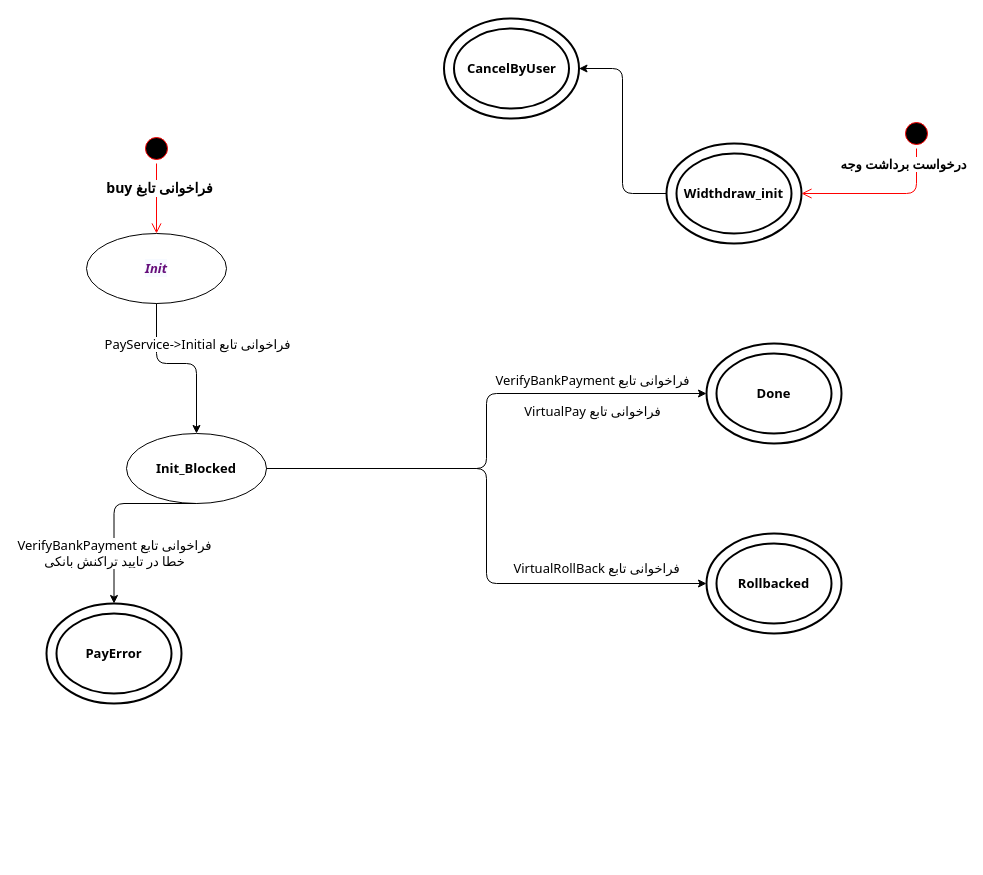
Above: page "TransactionStatus" (1 of 2) of Untitled Diagram.drawio in mojtabahm/diagram (draw.io), before the change. Source tidied: cells renumbered, new cells numbered last; positions are measured from the earlier drawing's top-left corner, leaving out a move shared by most shapes. Both pictures are drawn from the tidied source at 100%, with x=0, y=0 at pixel (46, 18).
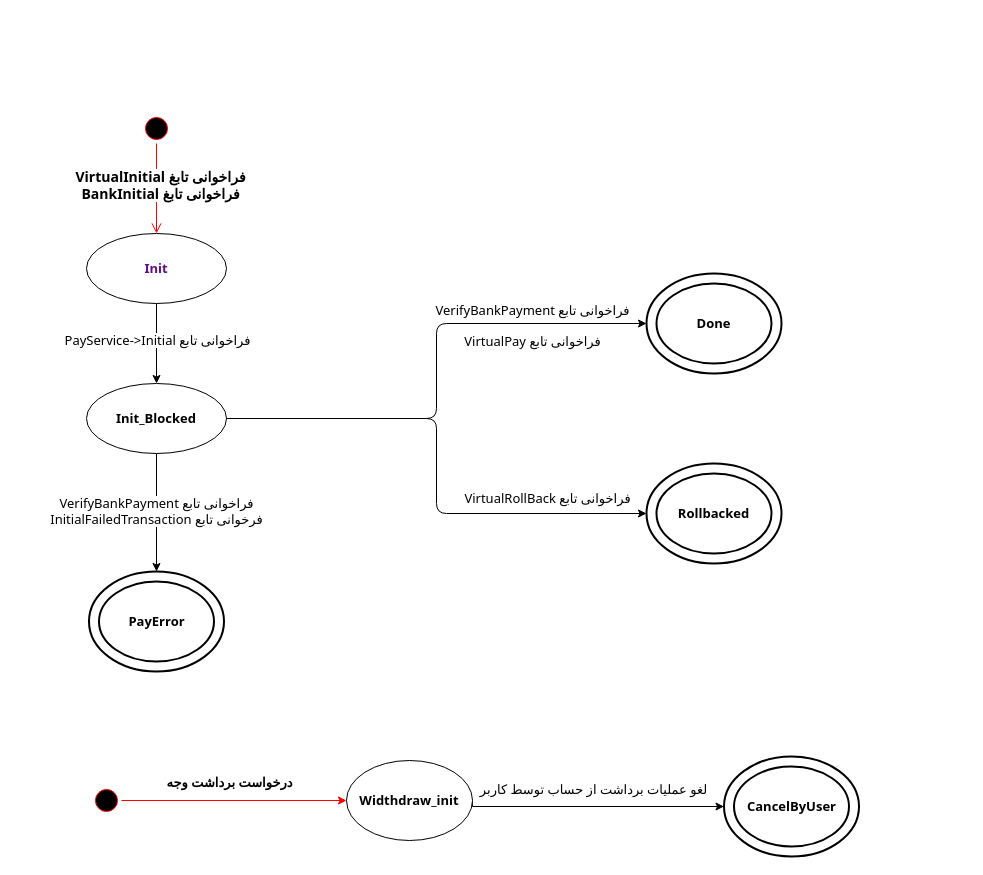
The same diagram, later.

Unchanged cells that the change refers to:
```xml
<mxCell id="4" style="edgeStyle=orthogonalEdgeStyle;html=1;verticalAlign=bottom;endArrow=open;endSize=8;strokeColor=#ff0000;fontFamily=Tahoma;entryX=0.5;entryY=0;entryDx=0;entryDy=0;" parent="1" edge="1" source="3" target="2">
  <mxGeometry relative="1" as="geometry" />
</mxCell>
<mxCell id="14" style="edgeStyle=segmentEdgeStyle;endArrow=classic;html=1;fontFamily=Tahoma;exitX=0.5;exitY=1;exitDx=0;exitDy=0;entryX=0.5;entryY=0;entryDx=0;entryDy=0;" parent="1" edge="1" source="6" target="7">
  <mxGeometry relative="1" as="geometry" />
</mxCell>
```

The edit, as a diff of the source:
```diff
@@
+    <mxCell id="12" style="edgeStyle=orthogonalEdgeStyle;rounded=0;jettySize=auto;html=1;entryX=0.5;entryY=0;entryDx=0;entryDy=0;strokeColor=#000000;" parent="1" edge="1" source="2" target="6">
+      <mxGeometry relative="1" as="geometry" />
+    </mxCell>
+    <mxCell id="13" value="&lt;span style=&quot;font-family: &amp;#34;tahoma&amp;#34; ; font-size: 13px&quot;&gt;PayService-&amp;gt;Initial فراخوانی تابع&lt;/span&gt;" style="text;html=1;align=center;verticalAlign=middle;labelBackgroundColor=#ffffff;" parent="12" vertex="1">
+      <mxGeometry x="-0.11" relative="1" as="geometry" />
+    </mxCell>
-    <mxCell id="2" value="&lt;div style=&quot;background-color: rgb(255, 255, 255); color: rgb(0, 0, 0); font-size: 13px;&quot;&gt;&lt;span style=&quot;color: rgb(102, 14, 122); background-color: rgb(247, 250, 255); font-style: italic; font-size: 13px;&quot;&gt;Init&lt;/span&gt;&lt;/div&gt;" style="ellipse;whiteSpace=wrap;html=1;fontFamily=Tahoma;fontSize=13;fontStyle=1;" parent="1" vertex="1">
+    <mxCell id="2" value="&lt;div style=&quot;background-color: rgb(255 , 255 , 255) ; color: rgb(0 , 0 , 0) ; font-size: 13px&quot;&gt;&lt;span style=&quot;color: rgb(102 , 14 , 122) ; background-color: rgb(247 , 250 , 255) ; font-size: 13px&quot;&gt;Init&lt;/span&gt;&lt;/div&gt;" style="ellipse;whiteSpace=wrap;html=1;fontFamily=Tahoma;fontSize=13;fontStyle=1;" parent="1" vertex="1">
       <mxGeometry x="40" y="215" width="140" height="70" as="geometry" />
     </mxCell>
     <mxCell id="3" style="ellipse;html=1;shape=startState;fillColor=#000000;strokeColor=#ff0000;fontFamily=Tahoma;" parent="1" vertex="1">
-      <mxGeometry x="95" y="115" width="30" height="30" as="geometry" />
+      <mxGeometry x="95" y="95" width="30" height="30" as="geometry" />
     </mxCell>
@@
-    <mxCell id="5" value="&lt;b&gt;&lt;font style=&quot;font-size: 14px&quot;&gt;buy فراخوانی تابغ&lt;br&gt;&lt;/font&gt;&lt;/b&gt;" style="text;html=1;align=center;verticalAlign=middle;labelBackgroundColor=#ffffff;fontFamily=Tahoma;" parent="4" vertex="1">
-      <mxGeometry x="-0.32" y="2" relative="1" as="geometry" />
+    <mxCell id="5" value="&lt;span style=&quot;font-size: 14px&quot;&gt;&lt;b&gt;VirtualInitial&amp;nbsp;فراخوانی تابغ&lt;br&gt;&lt;/b&gt;&lt;/span&gt;&lt;b style=&quot;font-size: 14px&quot;&gt;BankInitial&amp;nbsp;فراخوانی تابغ&lt;/b&gt;&lt;b&gt;&lt;font style=&quot;font-size: 14px&quot;&gt;&lt;br&gt;&lt;/font&gt;&lt;/b&gt;" style="text;html=1;align=center;verticalAlign=middle;labelBackgroundColor=#ffffff;fontFamily=Tahoma;" parent="4" vertex="1">
+      <mxGeometry x="-0.32" y="2" relative="1" as="geometry">
+        <mxPoint x="1" y="10" as="offset" />
+      </mxGeometry>
     </mxCell>
     <mxCell id="6" value="Init_Blocked" style="ellipse;whiteSpace=wrap;html=1;fontFamily=Tahoma;fontSize=13;fontStyle=1;" parent="1" vertex="1">
-      <mxGeometry x="80" y="415" width="140" height="70" as="geometry" />
+      <mxGeometry x="40" y="365" width="140" height="70" as="geometry" />
     </mxCell>
     <mxCell id="7" value="PayError" style="ellipse;shape=doubleEllipse;margin=10;strokeWidth=2;fontSize=13;whiteSpace=wrap;html=1;align=center;fontFamily=Tahoma;fontStyle=1;" parent="1" vertex="1">
-      <mxGeometry y="585" width="135" height="100" as="geometry" />
+      <mxGeometry x="42.5" y="553" width="135" height="100" as="geometry" />
     </mxCell>
     <mxCell id="8" value="Rollbacked" style="ellipse;shape=doubleEllipse;margin=10;strokeWidth=2;fontSize=13;whiteSpace=wrap;html=1;align=center;fontFamily=Tahoma;fontStyle=1;" parent="1" vertex="1">
-      <mxGeometry x="660" y="515" width="135" height="100" as="geometry" />
+      <mxGeometry x="600" y="445" width="135" height="100" as="geometry" />
     </mxCell>
     <mxCell id="9" value="Done" style="ellipse;shape=doubleEllipse;margin=10;strokeWidth=2;fontSize=13;whiteSpace=wrap;html=1;align=center;fontFamily=Tahoma;fontStyle=1;" parent="1" vertex="1">
-      <mxGeometry x="660" y="325" width="135" height="100" as="geometry" />
+      <mxGeometry x="600" y="255" width="135" height="100" as="geometry" />
     </mxCell>
-    <mxCell id="10" value="Widthdraw_init" style="ellipse;shape=doubleEllipse;margin=10;strokeWidth=2;fontSize=13;whiteSpace=wrap;html=1;align=center;fontFamily=Tahoma;fontStyle=1;" parent="1" vertex="1">
-      <mxGeometry x="620" y="125" width="135" height="100" as="geometry" />
-    </mxCell>
+    <mxCell id="23" style="edgeStyle=orthogonalEdgeStyle;rounded=0;jettySize=auto;html=1;entryX=0;entryY=0.5;entryDx=0;entryDy=0;strokeColor=#000000;exitX=1;exitY=0.5;exitDx=0;exitDy=0;" parent="1" edge="1" source="10" target="11">
+      <mxGeometry relative="1" as="geometry">
+        <Array as="points">
+          <mxPoint x="426" y="788" />
+        </Array>
+      </mxGeometry>
+    </mxCell>
+    <mxCell id="24" value="&lt;font face=&quot;Tahoma&quot; style=&quot;font-size: 13px&quot;&gt;لغو عملیات برداشت از حساب توسط کاربر&lt;/font&gt;" style="text;html=1;align=center;verticalAlign=middle;labelBackgroundColor=#ffffff;" parent="23" vertex="1">
+      <mxGeometry x="-0.06" y="-1" relative="1" as="geometry">
+        <mxPoint x="5" y="-19" as="offset" />
+      </mxGeometry>
+    </mxCell>
     <mxCell id="11" value="CancelByUser" style="ellipse;shape=doubleEllipse;margin=10;strokeWidth=2;fontSize=13;whiteSpace=wrap;html=1;align=center;fontFamily=Tahoma;fontStyle=1;" parent="1" vertex="1">
-      <mxGeometry x="397.5" width="135" height="100" as="geometry" />
+      <mxGeometry x="677.5" y="738" width="135" height="100" as="geometry" />
     </mxCell>
-    <mxCell id="12" style="edgeStyle=segmentEdgeStyle;endArrow=classic;html=1;fontFamily=Tahoma;exitX=0.5;exitY=1;exitDx=0;exitDy=0;entryX=0.5;entryY=0;entryDx=0;entryDy=0;" parent="1" edge="1" source="2" target="6">
-      <mxGeometry relative="1" as="geometry">
-        <Array as="points">
-          <mxPoint x="110" y="345" />
-          <mxPoint x="150" y="345" />
-        </Array>
-      </mxGeometry>
-    </mxCell>
-    <mxCell id="13" value="PayService-&amp;gt;Initial فراخوانی تابع" style="text;html=1;align=center;verticalAlign=middle;labelBackgroundColor=#ffffff;fontSize=13;fontFamily=Tahoma;" parent="12" vertex="1">
-      <mxGeometry x="0.29" y="2" relative="1" as="geometry">
-        <mxPoint x="-2" y="-30" as="offset" />
-      </mxGeometry>
-    </mxCell>
@@
-    <mxCell id="15" value="&lt;div&gt;VerifyBankPayment فراخوانی تابع&lt;/div&gt;&lt;div align=&quot;center&quot;&gt;خطا در تایید تراکنش بانکی&lt;br&gt;&lt;/div&gt;" style="text;html=1;align=center;verticalAlign=middle;labelBackgroundColor=#ffffff;fontSize=13;fontFamily=Tahoma;" parent="14" vertex="1">
+    <mxCell id="15" value="&lt;div&gt;VerifyBankPayment فراخوانی تابع&lt;/div&gt;&lt;div align=&quot;center&quot;&gt;InitialFailedTransaction فرخوانی تابع&lt;/div&gt;" style="text;html=1;align=center;verticalAlign=middle;labelBackgroundColor=#ffffff;fontSize=13;fontFamily=Tahoma;" parent="14" vertex="1">
       <mxGeometry x="0.09" y="1" relative="1" as="geometry">
-        <mxPoint x="-1.5" y="33" as="offset" />
+        <mxPoint x="-1.5" y="-7" as="offset" />
       </mxGeometry>
     </mxCell>
@@
-    <mxCell id="20" style="ellipse;html=1;shape=startState;fillColor=#000000;strokeColor=#ff0000;fontFamily=Tahoma;" parent="1" vertex="1">
-      <mxGeometry x="855" y="100" width="30" height="30" as="geometry" />
-    </mxCell>
-    <mxCell id="21" style="edgeStyle=orthogonalEdgeStyle;html=1;verticalAlign=bottom;endArrow=open;endSize=8;strokeColor=#ff0000;fontFamily=Tahoma;entryX=1;entryY=0.5;entryDx=0;entryDy=0;" parent="1" edge="1" source="20" target="10">
-      <mxGeometry relative="1" as="geometry">
-        <Array as="points">
-          <mxPoint x="870" y="175" />
-        </Array>
-      </mxGeometry>
+    <mxCell id="21" style="edgeStyle=orthogonalEdgeStyle;rounded=0;jettySize=auto;html=1;entryX=0;entryY=0.5;entryDx=0;entryDy=0;strokeColor=#FF0000;" parent="1" edge="1" source="20" target="10">
+      <mxGeometry relative="1" as="geometry" />
     </mxCell>
-    <mxCell id="22" value="&lt;font style=&quot;font-size: 13px&quot;&gt;&lt;b&gt;درخواست برداشت وجه&lt;/b&gt;&lt;/font&gt;" style="text;html=1;align=center;verticalAlign=middle;labelBackgroundColor=#ffffff;fontFamily=Tahoma;" parent="21" vertex="1">
-      <mxGeometry x="-0.32" y="2" relative="1" as="geometry">
-        <mxPoint x="-5" y="-32" as="offset" />
+    <mxCell id="22" value="&lt;b style=&quot;font-family: tahoma; font-size: 13px;&quot;&gt;درخواست برداشت وجه&lt;br&gt;&lt;br&gt;&lt;/b&gt;" style="text;html=1;align=center;verticalAlign=middle;labelBackgroundColor=none;" parent="21" vertex="1">
+      <mxGeometry y="-17" relative="1" as="geometry">
+        <mxPoint x="-6" y="-28" as="offset" />
       </mxGeometry>
     </mxCell>
-    <mxCell id="23" style="edgeStyle=elbowEdgeStyle;elbow=horizontal;endArrow=classic;html=1;fontFamily=Tahoma;exitX=0;exitY=0.5;exitDx=0;exitDy=0;entryX=1;entryY=0.5;entryDx=0;entryDy=0;" parent="1" edge="1" source="10" target="11">
-      <mxGeometry relative="1" as="geometry" />
-    </mxCell>
+    <mxCell id="20" style="ellipse;html=1;shape=startState;fillColor=#000000;strokeColor=#ff0000;fontFamily=Tahoma;" parent="1" vertex="1">
+      <mxGeometry x="45" y="767" width="30" height="30" as="geometry" />
+    </mxCell>
+    <mxCell id="10" value="&lt;span style=&quot;font-family: &amp;#34;tahoma&amp;#34; ; font-size: 13px ; font-weight: 700&quot;&gt;Widthdraw_init&lt;/span&gt;" style="ellipse;whiteSpace=wrap;html=1;labelBackgroundColor=none;" parent="1" vertex="1">
+      <mxGeometry x="300" y="742" width="126" height="80" as="geometry" />
+    </mxCell>
```
